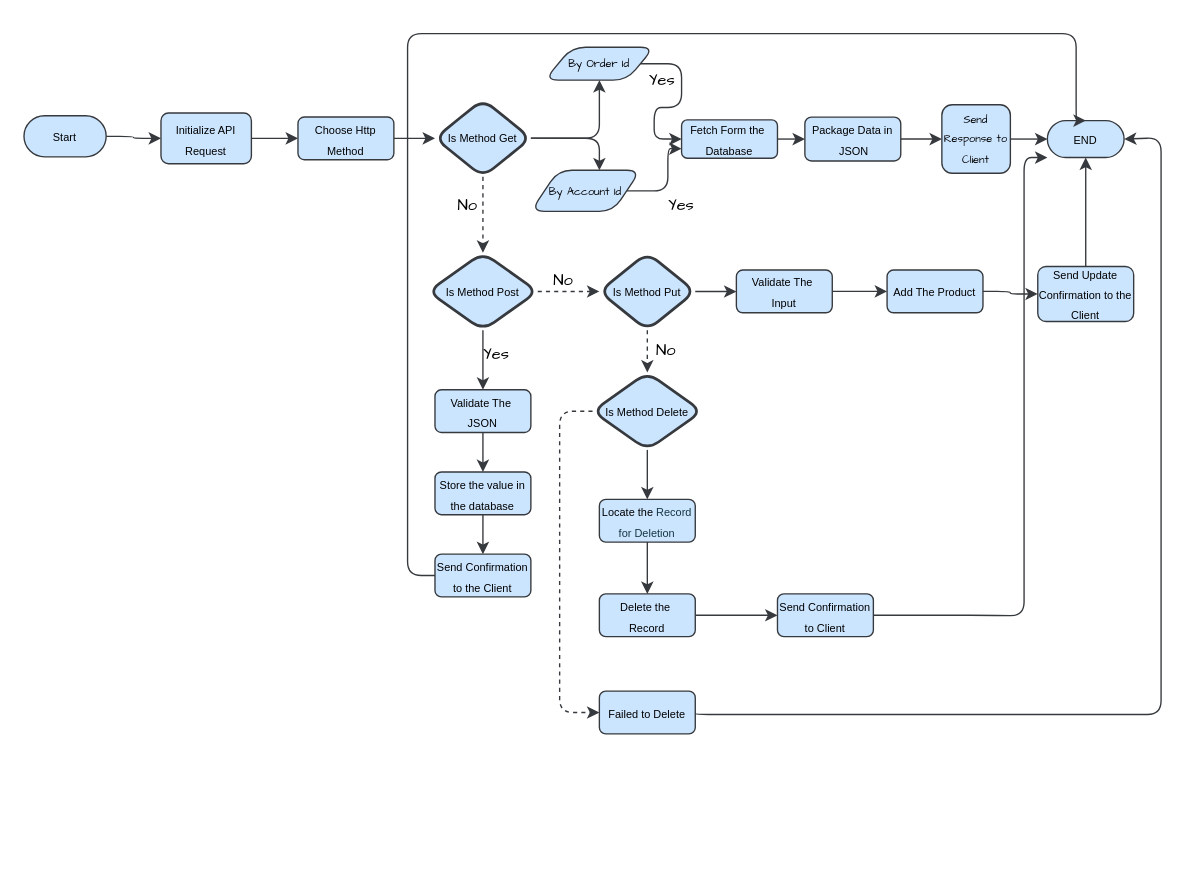
Above: page "Client" (2 of 2) of Untitled Diagram.drawio in EliteMandy/Drawing (draw.io), before the change. Source tidied: cells renumbered, new cells numbered last; positions are measured from the earlier drawing's top-left corner, leaving out a move shared by most shapes. Both pictures are drawn from the tidied source at 137%, with x=0, y=0 at pixel (23, 33).
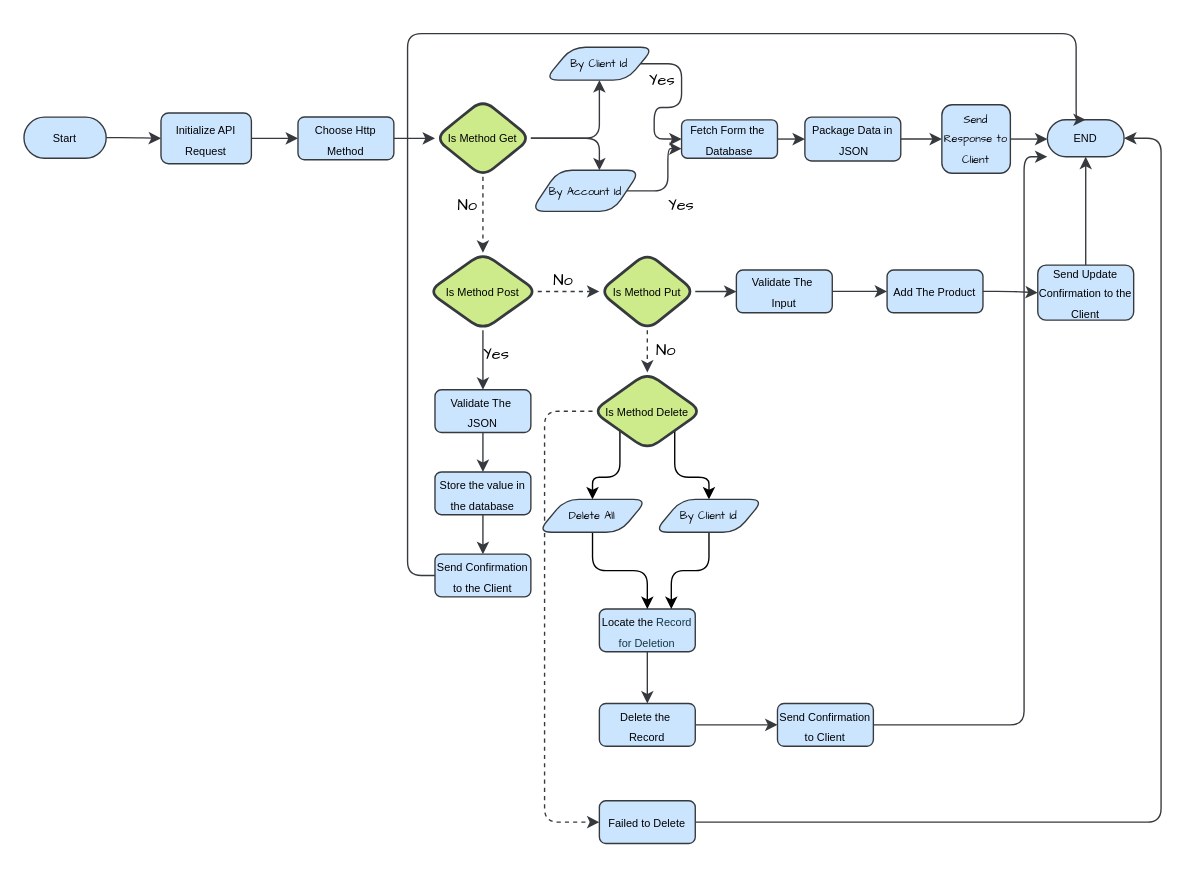
The same page after the edit.

Diff of the diagram source:
```diff
@@
     <mxCell id="3" value="&lt;font style=&quot;font-size: 8px;&quot;&gt;Start&lt;/font&gt;" style="rounded=1;whiteSpace=wrap;html=1;arcSize=50;labelBackgroundColor=none;fillColor=#cce5ff;strokeColor=#36393d;" parent="1" vertex="1">
-      <mxGeometry y="60" width="60" height="30" as="geometry" />
+      <mxGeometry y="61" width="60" height="30" as="geometry" />
     </mxCell>
@@
-    <mxCell id="10" value="&lt;font style=&quot;font-size: 8px;&quot;&gt;Is Method Get&lt;/font&gt;" style="rhombus;whiteSpace=wrap;html=1;labelBackgroundColor=none;rounded=1;shadow=0;strokeWidth=2;fillColor=#cce5ff;strokeColor=#36393d;" parent="1" vertex="1">
+    <mxCell id="10" value="&lt;font style=&quot;font-size: 8px;&quot;&gt;Is Method Get&lt;/font&gt;" style="rhombus;whiteSpace=wrap;html=1;labelBackgroundColor=none;rounded=1;shadow=0;strokeWidth=2;fillColor=#cdeb8b;strokeColor=#36393d;" parent="1" vertex="1">
       <mxGeometry x="300" y="48.1" width="70" height="56.5" as="geometry" />
     </mxCell>
@@
-    <mxCell id="12" value="&lt;font style=&quot;font-size: 8px;&quot;&gt;By Order Id&lt;/font&gt;" style="shape=parallelogram;perimeter=parallelogramPerimeter;whiteSpace=wrap;html=1;fixedSize=1;rounded=1;hachureGap=4;fontFamily=Architects Daughter;labelBackgroundColor=none;fillColor=#cce5ff;strokeColor=#36393d;" parent="1" vertex="1">
+    <mxCell id="12" value="&lt;font style=&quot;font-size: 8px;&quot;&gt;By Client Id&lt;/font&gt;" style="shape=parallelogram;perimeter=parallelogramPerimeter;whiteSpace=wrap;html=1;fixedSize=1;rounded=1;hachureGap=4;fontFamily=Architects Daughter;labelBackgroundColor=none;fillColor=#cce5ff;strokeColor=#36393d;" parent="1" vertex="1">
       <mxGeometry x="380" y="10" width="80" height="24" as="geometry" />
     </mxCell>
@@
     <mxCell id="22" value="&lt;font style=&quot;font-size: 8px;&quot;&gt;END&lt;/font&gt;" style="rounded=1;whiteSpace=wrap;html=1;arcSize=50;labelBackgroundColor=none;fillColor=#cce5ff;strokeColor=#36393d;" parent="1" vertex="1">
-      <mxGeometry x="747" y="63.5" width="56" height="27" as="geometry" />
+      <mxGeometry x="747" y="62.9" width="56" height="27" as="geometry" />
     </mxCell>
@@
-    <mxCell id="28" value="&lt;font style=&quot;font-size: 8px;&quot;&gt;Is Method Post&lt;/font&gt;" style="rhombus;whiteSpace=wrap;html=1;labelBackgroundColor=none;rounded=1;strokeWidth=2;fillColor=#cce5ff;strokeColor=#36393d;" parent="1" vertex="1">
+    <mxCell id="28" value="&lt;font style=&quot;font-size: 8px;&quot;&gt;Is Method Post&lt;/font&gt;" style="rhombus;whiteSpace=wrap;html=1;labelBackgroundColor=none;rounded=1;strokeWidth=2;fillColor=#cdeb8b;strokeColor=#36393d;" parent="1" vertex="1">
       <mxGeometry x="295" y="160" width="80" height="56.5" as="geometry" />
     </mxCell>
@@
-    <mxCell id="32" value="&lt;font style=&quot;font-size: 8px;&quot;&gt;Is Method Put&lt;/font&gt;" style="rhombus;whiteSpace=wrap;html=1;labelBackgroundColor=none;rounded=1;strokeWidth=2;fillColor=#cce5ff;strokeColor=#36393d;" parent="1" vertex="1">
+    <mxCell id="32" value="&lt;font style=&quot;font-size: 8px;&quot;&gt;Is Method Put&lt;/font&gt;" style="rhombus;whiteSpace=wrap;html=1;labelBackgroundColor=none;rounded=1;strokeWidth=2;fillColor=#cdeb8b;strokeColor=#36393d;" parent="1" vertex="1">
       <mxGeometry x="420" y="160" width="70" height="56.5" as="geometry" />
     </mxCell>
@@
     <mxCell id="45" value="&lt;font style=&quot;font-size: 8px;&quot;&gt;Send Update Confirmation to the Client&lt;/font&gt;" style="rounded=1;whiteSpace=wrap;html=1;labelBackgroundColor=none;fillColor=#cce5ff;strokeColor=#36393d;" parent="1" vertex="1">
-      <mxGeometry x="740" y="170" width="70" height="40.2" as="geometry" />
+      <mxGeometry x="740" y="169" width="70" height="40.2" as="geometry" />
     </mxCell>
     <mxCell id="46" style="edgeStyle=orthogonalEdgeStyle;rounded=1;hachureGap=4;jettySize=auto;html=1;exitX=0;exitY=0.5;exitDx=0;exitDy=0;fontFamily=Architects Daughter;fontColor=default;entryX=0;entryY=0.5;entryDx=0;entryDy=0;dashed=1;labelBackgroundColor=none;fillColor=#cce5ff;strokeColor=#36393d;" parent="1" edge="1" source="48" target="55">
       <mxGeometry relative="1" as="geometry">
         <Array as="points">
-          <mxPoint x="391" y="276" />
-          <mxPoint x="391" y="496" />
+          <mxPoint x="380" y="276" />
+          <mxPoint x="380" y="576" />
         </Array>
       </mxGeometry>
     </mxCell>
-    <mxCell id="47" style="edgeStyle=orthogonalEdgeStyle;rounded=1;hachureGap=4;jettySize=auto;html=1;exitX=0.5;exitY=1;exitDx=0;exitDy=0;entryX=0.5;entryY=0;entryDx=0;entryDy=0;fontFamily=Architects Daughter;fontColor=default;labelBackgroundColor=none;fillColor=#cce5ff;strokeColor=#36393d;" parent="1" edge="1" source="48" target="51">
-      <mxGeometry relative="1" as="geometry" />
-    </mxCell>
+    <mxCell id="58" style="edgeStyle=orthogonalEdgeStyle;rounded=1;jettySize=auto;html=1;exitX=0;exitY=1;exitDx=0;exitDy=0;entryX=0.5;entryY=0;entryDx=0;entryDy=0;" parent="1" edge="1" source="48" target="63">
+      <mxGeometry relative="1" as="geometry" />
+    </mxCell>
+    <mxCell id="59" style="edgeStyle=orthogonalEdgeStyle;rounded=1;jettySize=auto;html=1;exitX=1;exitY=1;exitDx=0;exitDy=0;entryX=0.5;entryY=0;entryDx=0;entryDy=0;" parent="1" edge="1" source="48" target="61">
+      <mxGeometry relative="1" as="geometry" />
+    </mxCell>
-    <mxCell id="48" value="&lt;font style=&quot;font-size: 8px;&quot;&gt;Is Method Delete&lt;/font&gt;" style="rhombus;whiteSpace=wrap;html=1;labelBackgroundColor=none;rounded=1;strokeWidth=2;fillColor=#cce5ff;strokeColor=#36393d;" parent="1" vertex="1">
+    <mxCell id="48" value="&lt;font style=&quot;font-size: 8px;&quot;&gt;Is Method Delete&lt;/font&gt;" style="rhombus;whiteSpace=wrap;html=1;labelBackgroundColor=none;rounded=1;strokeWidth=2;fillColor=#cdeb8b;strokeColor=#36393d;" parent="1" vertex="1">
       <mxGeometry x="415" y="247.4" width="80" height="56.5" as="geometry" />
     </mxCell>
@@
     <mxCell id="51" value="&lt;font style=&quot;font-size: 8px;&quot;&gt;Locate the&amp;nbsp;&lt;/font&gt;&lt;span style=&quot;font-size: 8px; background-color: transparent; color: light-dark(rgb(20, 54, 66), rgb(173, 202, 213));&quot;&gt;Record for Deletion&lt;/span&gt;" style="rounded=1;whiteSpace=wrap;html=1;labelBackgroundColor=none;fillColor=#cce5ff;strokeColor=#36393d;" parent="1" vertex="1">
-      <mxGeometry x="420" y="340" width="70" height="31.2" as="geometry" />
+      <mxGeometry x="420" y="420" width="70" height="31.2" as="geometry" />
     </mxCell>
@@
     <mxCell id="53" value="&lt;font style=&quot;font-size: 8px;&quot;&gt;Delete the&amp;nbsp;&lt;/font&gt;&lt;div&gt;&lt;font style=&quot;font-size: 8px;&quot;&gt;Record&lt;/font&gt;&lt;/div&gt;" style="rounded=1;whiteSpace=wrap;html=1;labelBackgroundColor=none;fillColor=#cce5ff;strokeColor=#36393d;" parent="1" vertex="1">
-      <mxGeometry x="420" y="409" width="70" height="31.2" as="geometry" />
+      <mxGeometry x="420" y="489" width="70" height="31.2" as="geometry" />
     </mxCell>
     <mxCell id="54" style="edgeStyle=orthogonalEdgeStyle;rounded=1;hachureGap=4;jettySize=auto;html=1;exitX=1;exitY=0.5;exitDx=0;exitDy=0;fontFamily=Architects Daughter;fontColor=default;entryX=1;entryY=0.5;entryDx=0;entryDy=0;labelBackgroundColor=none;fillColor=#cce5ff;strokeColor=#36393d;" parent="1" edge="1" source="55" target="22">
       <mxGeometry relative="1" as="geometry">
         <Array as="points">
-          <mxPoint x="490" y="497" />
-          <mxPoint x="830" y="497" />
+          <mxPoint x="830" y="576" />
           <mxPoint x="830" y="76" />
+          <mxPoint x="803" y="76" />
         </Array>
       </mxGeometry>
     </mxCell>
     <mxCell id="55" value="&lt;span style=&quot;font-size: 8px;&quot;&gt;Failed to Delete&lt;/span&gt;" style="rounded=1;whiteSpace=wrap;html=1;labelBackgroundColor=none;fillColor=#cce5ff;strokeColor=#36393d;" parent="1" vertex="1">
-      <mxGeometry x="420" y="480" width="70" height="31.2" as="geometry" />
+      <mxGeometry x="420" y="560" width="70" height="31.2" as="geometry" />
     </mxCell>
     <mxCell id="56" style="edgeStyle=orthogonalEdgeStyle;rounded=1;hachureGap=4;jettySize=auto;html=1;exitX=1;exitY=0.5;exitDx=0;exitDy=0;fontFamily=Architects Daughter;fontColor=default;entryX=0;entryY=1;entryDx=0;entryDy=0;labelBackgroundColor=none;fillColor=#cce5ff;strokeColor=#36393d;" parent="1" edge="1" source="57" target="22">
       <mxGeometry relative="1" as="geometry">
         <Array as="points">
-          <mxPoint x="700" y="425" />
-          <mxPoint x="730" y="425" />
+          <mxPoint x="730" y="505" />
           <mxPoint x="730" y="90" />
         </Array>
       </mxGeometry>
     </mxCell>
     <mxCell id="57" value="&lt;span style=&quot;font-size: 8px;&quot;&gt;Send Confirmation&lt;/span&gt;&lt;div&gt;&lt;span style=&quot;font-size: 8px;&quot;&gt;to Client&lt;/span&gt;&lt;/div&gt;" style="rounded=1;whiteSpace=wrap;html=1;labelBackgroundColor=none;fillColor=#cce5ff;strokeColor=#36393d;" parent="1" vertex="1">
-      <mxGeometry x="550" y="409" width="70" height="31.2" as="geometry" />
+      <mxGeometry x="550" y="489" width="70" height="31.2" as="geometry" />
     </mxCell>
+    <mxCell id="60" style="edgeStyle=orthogonalEdgeStyle;rounded=1;jettySize=auto;html=1;exitX=0.5;exitY=1;exitDx=0;exitDy=0;entryX=0.75;entryY=0;entryDx=0;entryDy=0;" parent="1" edge="1" source="61" target="51">
+      <mxGeometry relative="1" as="geometry" />
+    </mxCell>
+    <mxCell id="61" value="&lt;font style=&quot;font-size: 8px;&quot;&gt;By Client Id&lt;/font&gt;" style="shape=parallelogram;perimeter=parallelogramPerimeter;whiteSpace=wrap;html=1;fixedSize=1;rounded=1;hachureGap=4;fontFamily=Architects Daughter;labelBackgroundColor=none;fillColor=#cce5ff;strokeColor=#36393d;" parent="1" vertex="1">
+      <mxGeometry x="460" y="340" width="80" height="24" as="geometry" />
+    </mxCell>
+    <mxCell id="62" style="edgeStyle=orthogonalEdgeStyle;rounded=1;jettySize=auto;html=1;exitX=0.5;exitY=1;exitDx=0;exitDy=0;entryX=0.5;entryY=0;entryDx=0;entryDy=0;" parent="1" edge="1" source="63" target="51">
+      <mxGeometry relative="1" as="geometry" />
+    </mxCell>
+    <mxCell id="63" value="&lt;font style=&quot;font-size: 8px;&quot;&gt;Delete All&lt;/font&gt;" style="shape=parallelogram;perimeter=parallelogramPerimeter;whiteSpace=wrap;html=1;fixedSize=1;rounded=1;hachureGap=4;fontFamily=Architects Daughter;labelBackgroundColor=none;fillColor=#cce5ff;strokeColor=#36393d;" parent="1" vertex="1">
+      <mxGeometry x="375" y="340" width="80" height="24" as="geometry" />
+    </mxCell>
```
